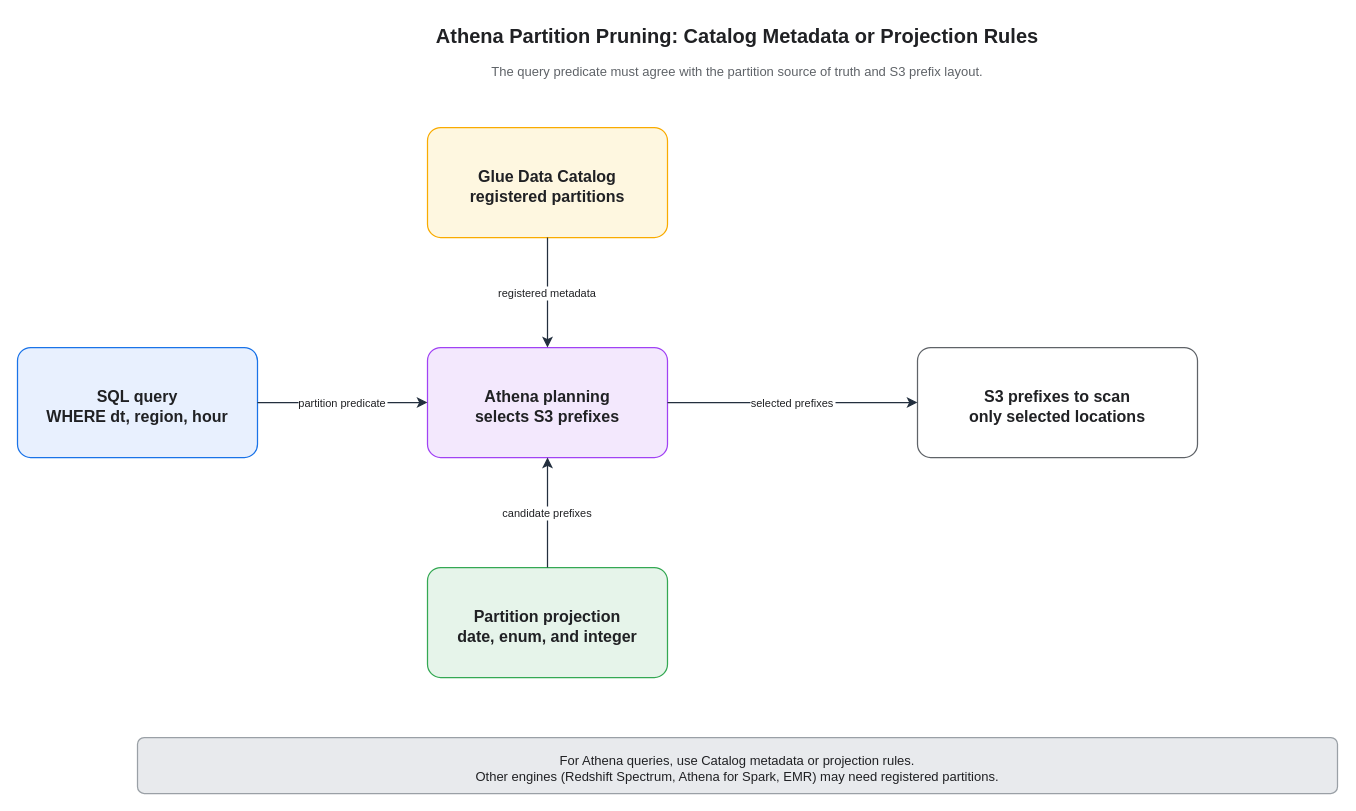
Above: assets/img/aws/aws-glue-partitioning-pruning-flow.drawio in KKamJi98/kkamji98.github.io (draw.io), before the change. Source tidied: cells renumbered, new cells numbered last; positions are measured from the earlier drawing's top-left corner, leaving out a move shared by most shapes. Both pictures are drawn from the tidied source at 100%, with x=0, y=0 at pixel (17, 17).
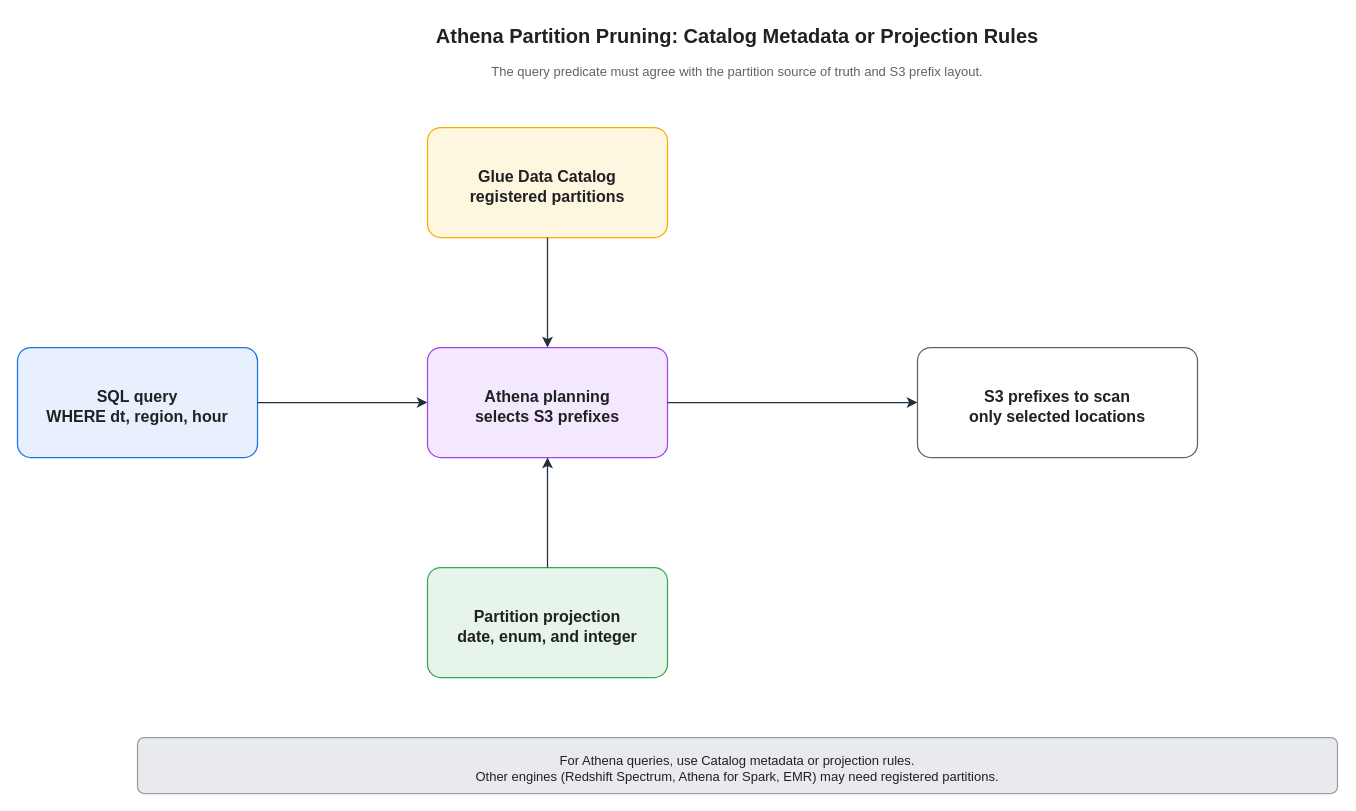
The same diagram, later.

What changed in the source:
```diff
@@
 <mxGraphModel background="#FFFFFF">
   <root>
     <mxCell id="0" />
     <mxCell id="1" parent="0" />
     <mxCell id="2" value="Athena Partition Pruning: Catalog Metadata or Projection Rules" style="text;html=0;strokeColor=none;fillColor=none;align=center;verticalAlign=middle;fontColor=#202124;fontSize=20;fontStyle=1;" parent="1" vertex="1">
       <mxGeometry x="120" width="1200" height="34" as="geometry" />
     </mxCell>
     <mxCell id="3" value="The query predicate must agree with the partition source of truth and S3 prefix layout." style="text;html=0;strokeColor=none;fillColor=none;align=center;verticalAlign=middle;fontColor=#5f6368;fontSize=13;" parent="1" vertex="1">
       <mxGeometry x="170" y="40" width="1100" height="26" as="geometry" />
     </mxCell>
     <mxCell id="4" value="SQL query&#10;WHERE dt, region, hour" style="rounded=1;whiteSpace=wrap;html=0;fillColor=#e8f0fe;strokeColor=#1a73e8;fontColor=#202124;fontSize=16;fontStyle=1;arcSize=12;spacingTop=8;strokeWidth=1.25;" parent="1" vertex="1">
       <mxGeometry y="330" width="240" height="110" as="geometry" />
     </mxCell>
     <mxCell id="5" value="Glue Data Catalog&#10;registered partitions" style="rounded=1;whiteSpace=wrap;html=0;fillColor=#FEF7E0;strokeColor=#f9ab00;fontColor=#202124;fontSize=16;fontStyle=1;arcSize=12;spacingTop=8;strokeWidth=1.25;" parent="1" vertex="1">
       <mxGeometry x="410" y="110" width="240" height="110" as="geometry" />
     </mxCell>
     <mxCell id="6" value="Athena planning&#10;selects S3 prefixes" style="rounded=1;whiteSpace=wrap;html=0;fillColor=#f3e8fd;strokeColor=#A142F4;fontColor=#202124;fontSize=16;fontStyle=1;arcSize=12;spacingTop=8;strokeWidth=1.25;" parent="1" vertex="1">
       <mxGeometry x="410" y="330" width="240" height="110" as="geometry" />
     </mxCell>
     <mxCell id="7" value="Partition projection&#10;date, enum, and integer" style="rounded=1;whiteSpace=wrap;html=0;fillColor=#e6f4ea;strokeColor=#34a853;fontColor=#202124;fontSize=16;fontStyle=1;arcSize=12;spacingTop=8;strokeWidth=1.25;" parent="1" vertex="1">
       <mxGeometry x="410" y="550" width="240" height="110" as="geometry" />
     </mxCell>
     <mxCell id="8" value="S3 prefixes to scan&#10;only selected locations" style="rounded=1;whiteSpace=wrap;html=0;fillColor=#ffffff;strokeColor=#5F6368;fontColor=#202124;fontSize=16;fontStyle=1;arcSize=12;spacingTop=8;strokeWidth=1.25;" parent="1" vertex="1">
       <mxGeometry x="900" y="330" width="280" height="110" as="geometry" />
     </mxCell>
     <mxCell id="9" value="For Athena queries, use Catalog metadata or projection rules.&#10;Other engines (Redshift Spectrum, Athena for Spark, EMR) may need registered partitions." style="rounded=1;whiteSpace=wrap;html=0;fillColor=#E8EAED;strokeColor=#9aa0a6;fontColor=#202124;fontSize=13;arcSize=12;spacingTop=6;strokeWidth=1.25;" parent="1" vertex="1">
       <mxGeometry x="120" y="720" width="1200" height="56" as="geometry" />
     </mxCell>
-    <mxCell id="10" value="partition predicate" style="edgeStyle=orthogonalEdgeStyle;rounded=0;jettySize=auto;html=0;endArrow=classic;endFill=1;endSize=7;strokeWidth=1.25;strokeColor=#232F3E;fontColor=#202124;fontSize=11;labelBackgroundColor=#FFFFFF;exitX=1;exitY=0.5;exitPerimeter=1;entryX=0;entryY=0.5;entryPerimeter=1;" parent="1" edge="1" source="4" target="6">
+    <mxCell id="10" style="edgeStyle=orthogonalEdgeStyle;rounded=0;jettySize=auto;html=0;endArrow=classic;endFill=1;endSize=7;strokeWidth=1.25;strokeColor=#232F3E;fontColor=#202124;fontSize=11;labelBackgroundColor=none;exitX=1;exitY=0.5;exitPerimeter=1;entryX=0;entryY=0.5;entryPerimeter=1;" parent="1" edge="1" source="4" target="6">
       <mxGeometry relative="1" as="geometry" />
     </mxCell>
-    <mxCell id="11" value="registered metadata" style="edgeStyle=orthogonalEdgeStyle;rounded=0;jettySize=auto;html=0;endArrow=classic;endFill=1;endSize=7;strokeWidth=1.25;strokeColor=#232F3E;fontColor=#202124;fontSize=11;labelBackgroundColor=#FFFFFF;exitX=0.5;exitY=1;exitPerimeter=1;entryX=0.5;entryY=0;entryPerimeter=1;" parent="1" edge="1" source="5" target="6">
+    <mxCell id="11" style="edgeStyle=orthogonalEdgeStyle;rounded=0;jettySize=auto;html=0;endArrow=classic;endFill=1;endSize=7;strokeWidth=1.25;strokeColor=#232F3E;fontColor=#202124;fontSize=11;labelBackgroundColor=none;exitX=0.5;exitY=1;exitPerimeter=1;entryX=0.5;entryY=0;entryPerimeter=1;" parent="1" edge="1" source="5" target="6">
       <mxGeometry relative="1" as="geometry" />
     </mxCell>
-    <mxCell id="12" value="candidate prefixes" style="edgeStyle=orthogonalEdgeStyle;rounded=0;jettySize=auto;html=0;endArrow=classic;endFill=1;endSize=7;strokeWidth=1.25;strokeColor=#232F3E;fontColor=#202124;fontSize=11;labelBackgroundColor=#FFFFFF;exitX=0.5;exitY=0;exitPerimeter=1;entryX=0.5;entryY=1;entryPerimeter=1;" parent="1" edge="1" source="7" target="6">
+    <mxCell id="12" style="edgeStyle=orthogonalEdgeStyle;rounded=0;jettySize=auto;html=0;endArrow=classic;endFill=1;endSize=7;strokeWidth=1.25;strokeColor=#232F3E;fontColor=#202124;fontSize=11;labelBackgroundColor=none;exitX=0.5;exitY=0;exitPerimeter=1;entryX=0.5;entryY=1;entryPerimeter=1;" parent="1" edge="1" source="7" target="6">
       <mxGeometry relative="1" as="geometry" />
     </mxCell>
-    <mxCell id="13" value="selected prefixes" style="edgeStyle=orthogonalEdgeStyle;rounded=0;jettySize=auto;html=0;endArrow=classic;endFill=1;endSize=7;strokeWidth=1.25;strokeColor=#232F3E;fontColor=#202124;fontSize=11;labelBackgroundColor=#FFFFFF;exitX=1;exitY=0.5;exitPerimeter=1;entryX=0;entryY=0.5;entryPerimeter=1;" parent="1" edge="1" source="6" target="8">
+    <mxCell id="13" style="edgeStyle=orthogonalEdgeStyle;rounded=0;jettySize=auto;html=0;endArrow=classic;endFill=1;endSize=7;strokeWidth=1.25;strokeColor=#232F3E;fontColor=#202124;fontSize=11;labelBackgroundColor=none;exitX=1;exitY=0.5;exitPerimeter=1;entryX=0;entryY=0.5;entryPerimeter=1;" parent="1" edge="1" source="6" target="8">
       <mxGeometry relative="1" as="geometry" />
     </mxCell>
   </root>
 </mxGraphModel>
```
